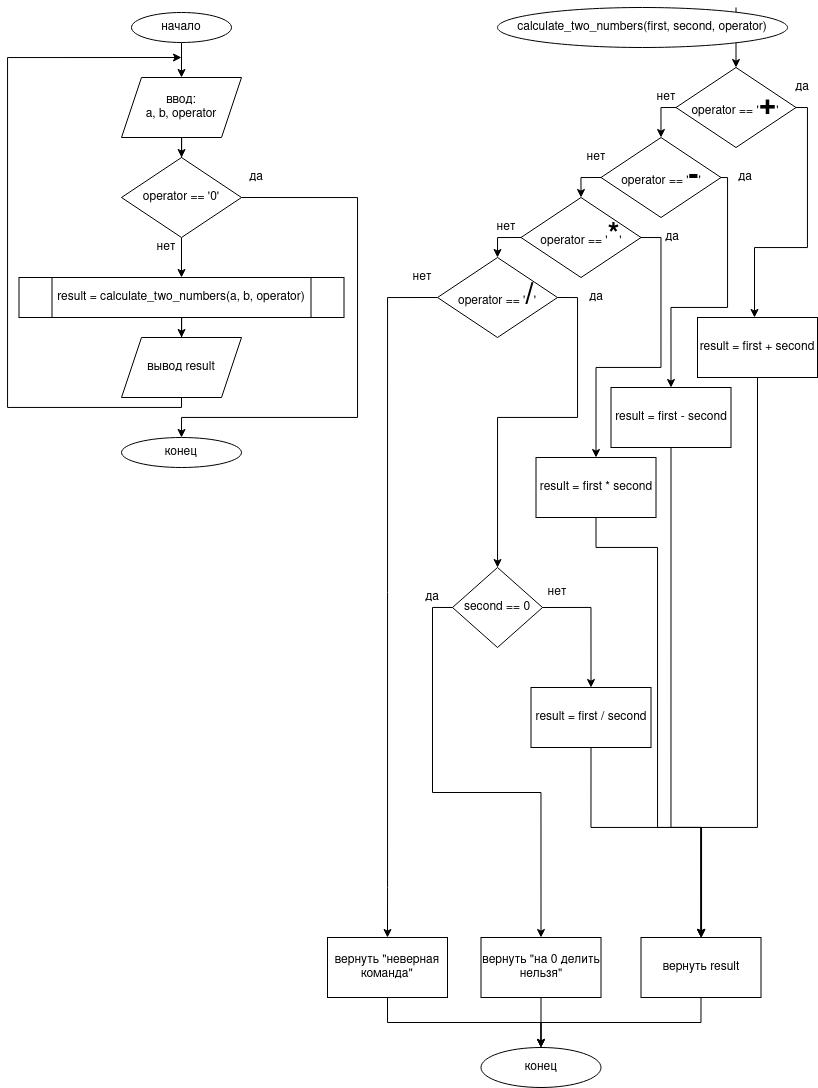
Before: lesson_2/task_1.png, a diagram exported from draw.io (astronomiwe/algorithms_and_data_structures). Source tidied: cells renumbered, new cells last; positions are measured from the earlier drawing's top-left corner, leaving out a move shared by most shapes.
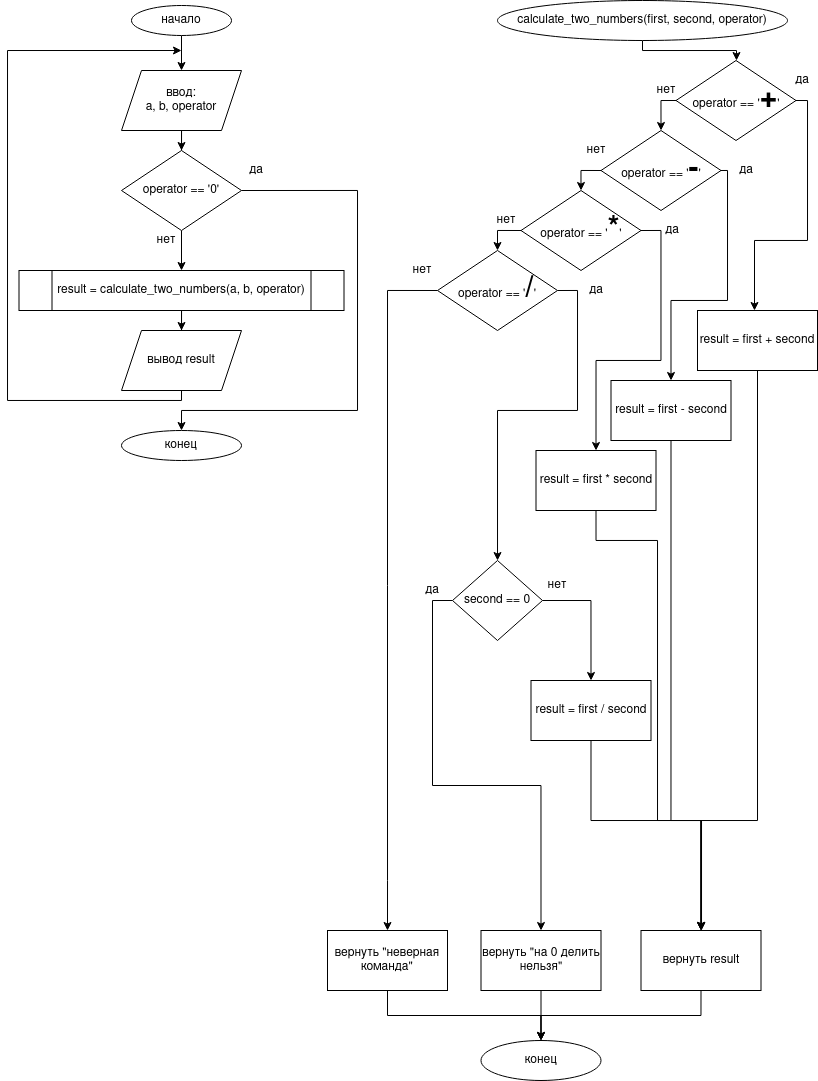
The same diagram one commit later.

Diff of the diagram source:
```diff
@@ -57,9 +57,13 @@
     <mxCell id="15" value="вывод result" style="shape=parallelogram;perimeter=parallelogramPerimeter;whiteSpace=wrap;html=1;fixedSize=1;" parent="1" vertex="1">
       <mxGeometry x="114" y="330" width="120" height="60" as="geometry" />
     </mxCell>
-    <mxCell id="16" style="edgeStyle=orthogonalEdgeStyle;rounded=0;jettySize=auto;html=1;entryX=0.5;entryY=0;entryDx=0;entryDy=0;" parent="1" edge="1" target="21">
+    <mxCell id="16" style="edgeStyle=orthogonalEdgeStyle;rounded=0;jettySize=auto;html=1;entryX=0.5;entryY=0;entryDx=0;entryDy=0;exitX=0.5;exitY=1;exitDx=0;exitDy=0;" parent="1" edge="1" source="17" target="21">
       <mxGeometry relative="1" as="geometry">
-        <mxPoint x="728.5" as="sourcePoint" />
+        <Array as="points">
+          <mxPoint x="635" y="50" />
+          <mxPoint x="729" y="50" />
+          <mxPoint x="729" y="60" />
+        </Array>
       </mxGeometry>
     </mxCell>
     <mxCell id="17" value="calculate_two_numbers(first, second, operator)" style="ellipse;whiteSpace=wrap;html=1;" parent="1" vertex="1">
```
